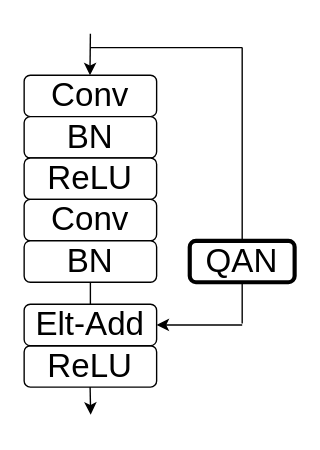
This is page "Quantization-aware Norm" (3 of 3) of quantization/Quantization.drawio from irving-qin/draw.io, a draw.io file, before an edit. Source tidied: cells renumbered, new cells numbered last; positions are measured from the earlier drawing's top-left corner, leaving out a move shared by most shapes. Both pictures are drawn from the tidied source at 138%, with x=0, y=0 at pixel (23, 33).
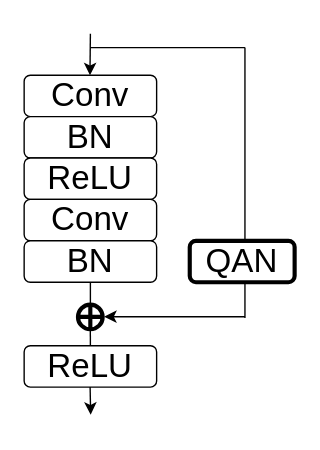
The same page after the edit.

The change refers to these unchanged cells:
```xml
<mxCell id="6" value="&lt;font style=&quot;font-size: 24px&quot;&gt;BN&lt;/font&gt;" style="rounded=1;whiteSpace=wrap;html=1;" parent="1" vertex="1">
  <mxGeometry y="150" width="96" height="30" as="geometry" />
</mxCell>
<mxCell id="7" value="&lt;font style=&quot;font-size: 24px&quot;&gt;ReLU&lt;/font&gt;" style="rounded=1;whiteSpace=wrap;html=1;" parent="1" vertex="1">
  <mxGeometry y="226" width="96" height="30" as="geometry" />
</mxCell>
```

What changed in the source:
```diff
@@
-    <mxCell id="8" style="endArrow=classic;html=1;strokeWidth=1;entryX=1;entryY=0.5;entryDx=0;entryDy=0;" parent="1" edge="1" target="11">
+    <mxCell id="8" style="endArrow=classic;html=1;strokeWidth=1;entryX=1;entryY=0.5;entryDx=0;entryDy=0;" parent="1" edge="1">
       <mxGeometry relative="1" as="geometry">
-        <mxPoint x="158" y="211" as="sourcePoint" />
+        <mxPoint x="160" y="205" as="sourcePoint" />
+        <mxPoint x="58" y="205" as="targetPoint" />
       </mxGeometry>
     </mxCell>
@@
     <mxCell id="10" style="endArrow=none;html=1;strokeWidth=1;" parent="1" edge="1">
       <mxGeometry relative="1" as="geometry">
         <mxPoint x="48" y="10" as="sourcePoint" />
-        <mxPoint x="158" y="10" as="targetPoint" />
+        <mxPoint x="160" y="10" as="targetPoint" />
       </mxGeometry>
     </mxCell>
-    <mxCell id="11" value="&lt;font style=&quot;font-size: 24px&quot;&gt;Elt-Add&lt;/font&gt;" style="rounded=1;whiteSpace=wrap;html=1;" parent="1" vertex="1">
-      <mxGeometry y="196" width="96" height="30" as="geometry" />
-    </mxCell>
     <mxCell id="12" style="endArrow=none;html=1;strokeWidth=1;" parent="1" edge="1">
       <mxGeometry relative="1" as="geometry">
-        <mxPoint x="158" y="210" as="sourcePoint" />
-        <mxPoint x="158" y="10" as="targetPoint" />
+        <mxPoint x="160" y="206" as="sourcePoint" />
+        <mxPoint x="160" y="10" as="targetPoint" />
       </mxGeometry>
     </mxCell>
-    <mxCell id="13" style="endArrow=none;html=1;strokeWidth=1;exitX=0.5;exitY=1;exitDx=0;exitDy=0;entryX=0.5;entryY=0;entryDx=0;entryDy=0;" parent="1" edge="1" source="6" target="11">
-      <mxGeometry relative="1" as="geometry" />
+    <mxCell id="13" style="endArrow=none;html=1;strokeWidth=1;exitX=0.5;exitY=1;exitDx=0;exitDy=0;entryX=0.5;entryY=0;entryDx=0;entryDy=0;" parent="1" edge="1" source="6">
+      <mxGeometry relative="1" as="geometry">
+        <mxPoint x="48" y="196" as="targetPoint" />
+      </mxGeometry>
     </mxCell>
@@
+    <mxCell id="16" style="shape=sumEllipse;perimeter=ellipsePerimeter;whiteSpace=wrap;html=1;backgroundOutline=1;glass=0;sketch=0;strokeWidth=3;rotation=45;" parent="1" vertex="1">
+      <mxGeometry x="39" y="196.2" width="17.9" height="17.9" as="geometry" />
+    </mxCell>
+    <mxCell id="17" style="endArrow=none;html=1;strokeWidth=1;exitX=1;exitY=1;exitDx=0;exitDy=0;entryX=0.5;entryY=0;entryDx=0;entryDy=0;" parent="1" edge="1" source="16" target="7">
+      <mxGeometry relative="1" as="geometry" />
+    </mxCell>
```
